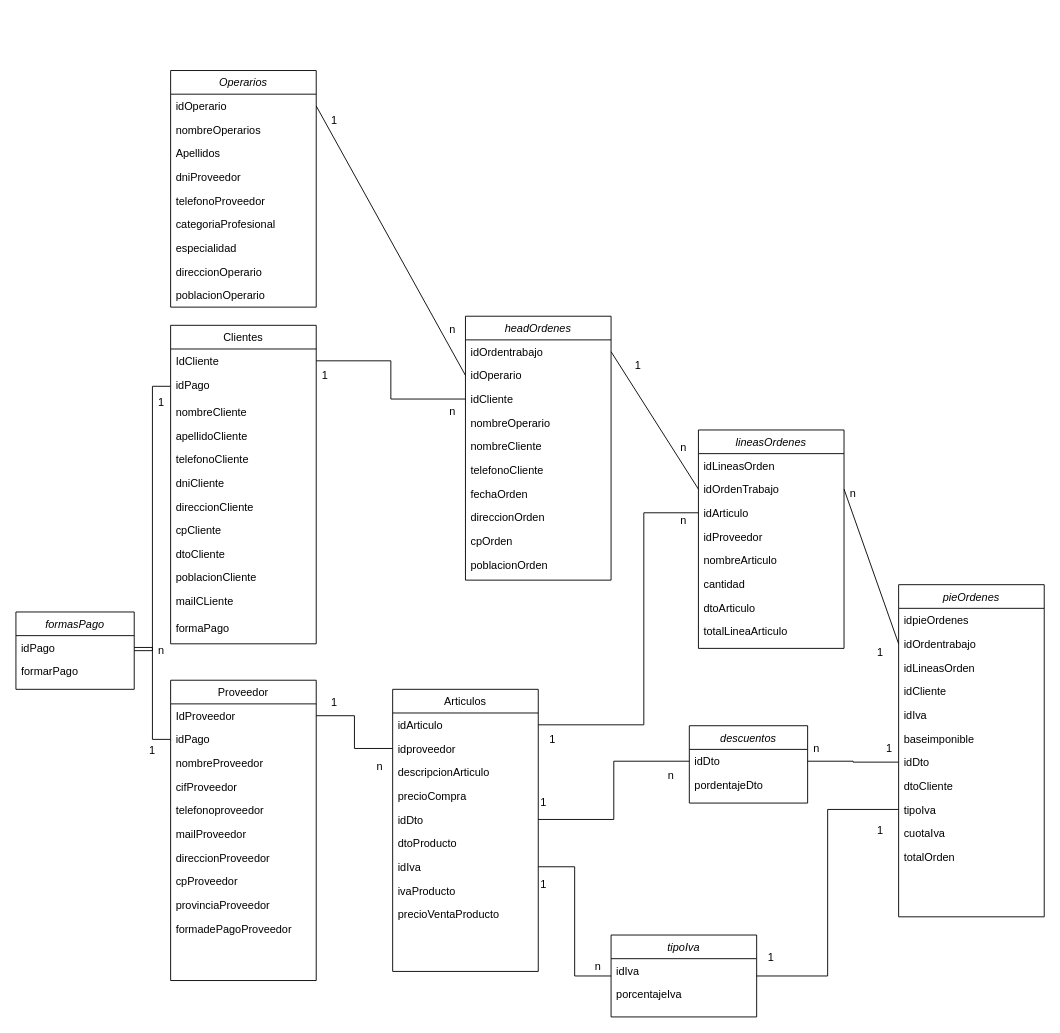
Shmarte1970/drawIO keeps this draw.io diagram as Mi_UML_INREMO.drawio. Above is the earlier version. Source tidied: cells renumbered, new cells numbered last; positions are measured from the earlier drawing's top-left corner, leaving out a move shared by most shapes. Both pictures are drawn from the tidied source at 91%, with x=0, y=0 at pixel (15, 70).
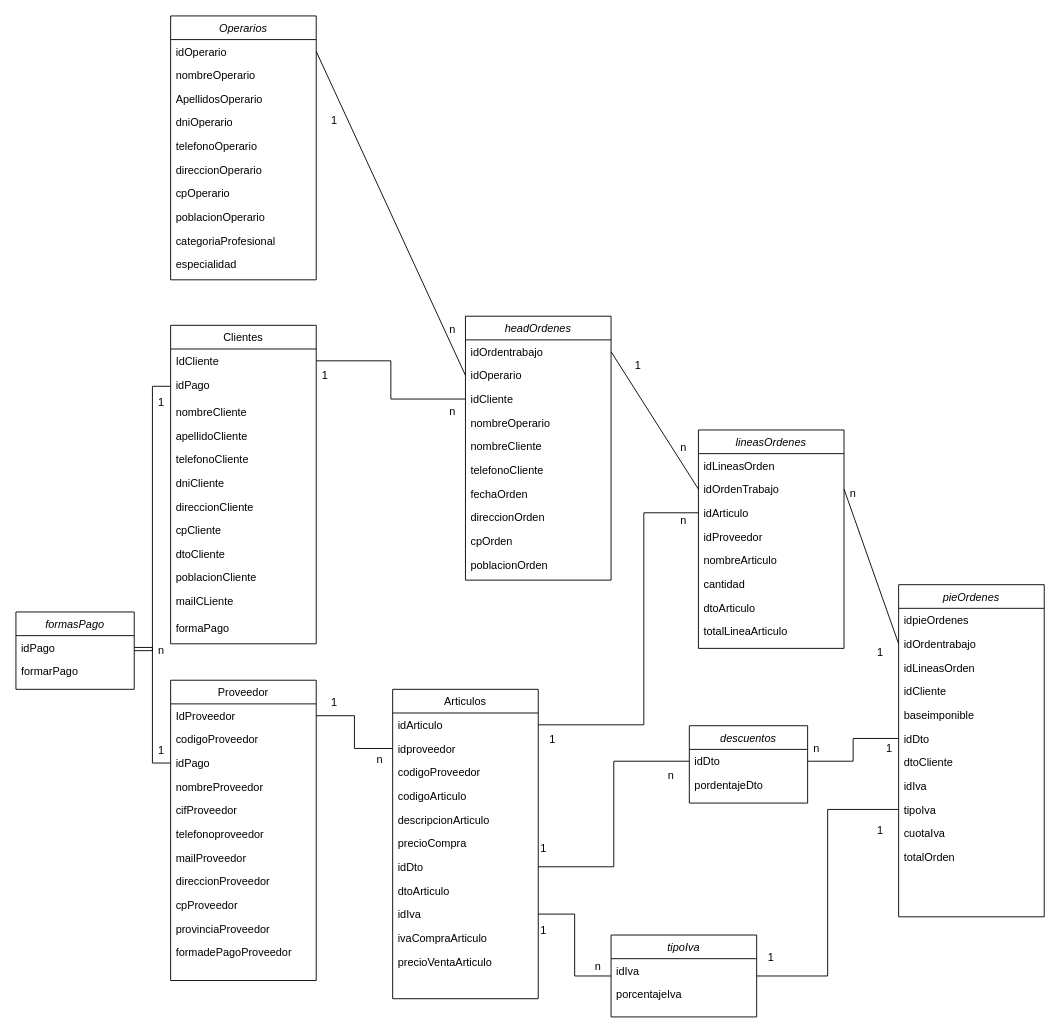
The same page after the edit.

Unchanged cells that the change refers to:
```xml
<mxCell id="12" value="Proveedor" style="swimlane;fontStyle=0;align=center;verticalAlign=top;horizontal=1;startSize=26;rounded=0;shadow=0;strokeWidth=1;" parent="1" vertex="1">
  <mxGeometry x="170" y="670" width="160" height="330" as="geometry" />
</mxCell>
<mxCell id="66" value="pieOrdenes" style="swimlane;fontStyle=2;align=center;verticalAlign=top;horizontal=1;startSize=26;rounded=0;shadow=0;strokeWidth=1;" parent="1" vertex="1">
  <mxGeometry x="970" y="565" width="160" height="365" as="geometry" />
</mxCell>
```

Diff of the diagram source:
```diff
@@
     <mxCell id="2" value="Operarios" style="swimlane;fontStyle=2;align=center;verticalAlign=top;horizontal=1;startSize=26;rounded=0;shadow=0;strokeWidth=1;" parent="1" vertex="1">
-      <mxGeometry x="170" width="160" height="260" as="geometry" />
+      <mxGeometry x="170" y="-60" width="160" height="290" as="geometry" />
     </mxCell>
@@
-    <mxCell id="4" value="nombreOperarios" style="text;align=left;verticalAlign=top;spacingLeft=4;spacingRight=4;overflow=hidden;" parent="2" vertex="1">
+    <mxCell id="4" value="nombreOperario" style="text;align=left;verticalAlign=top;spacingLeft=4;spacingRight=4;overflow=hidden;" parent="2" vertex="1">
       <mxGeometry y="52" width="160" height="26" as="geometry" />
     </mxCell>
-    <mxCell id="5" value="Apellidos&#10;" style="text;align=left;verticalAlign=top;spacingLeft=4;spacingRight=4;overflow=hidden;" parent="2" vertex="1">
+    <mxCell id="5" value="ApellidosOperario" style="text;align=left;verticalAlign=top;spacingLeft=4;spacingRight=4;overflow=hidden;" parent="2" vertex="1">
       <mxGeometry y="78" width="160" height="26" as="geometry" />
     </mxCell>
-    <mxCell id="6" value="dniProveedor" style="text;align=left;verticalAlign=top;spacingLeft=4;spacingRight=4;overflow=hidden;" parent="2" vertex="1">
+    <mxCell id="6" value="dniOperario" style="text;align=left;verticalAlign=top;spacingLeft=4;spacingRight=4;overflow=hidden;" parent="2" vertex="1">
       <mxGeometry y="104" width="160" height="26" as="geometry" />
     </mxCell>
-    <mxCell id="7" value="telefonoProveedor" style="text;align=left;verticalAlign=top;spacingLeft=4;spacingRight=4;overflow=hidden;rounded=0;shadow=0;html=0;" parent="2" vertex="1">
+    <mxCell id="7" value="telefonoOperario" style="text;align=left;verticalAlign=top;spacingLeft=4;spacingRight=4;overflow=hidden;rounded=0;shadow=0;html=0;" parent="2" vertex="1">
       <mxGeometry y="130" width="160" height="26" as="geometry" />
     </mxCell>
+    <mxCell id="10" value="direccionOperario" style="text;align=left;verticalAlign=top;spacingLeft=4;spacingRight=4;overflow=hidden;" parent="2" vertex="1">
+      <mxGeometry y="156" width="160" height="26" as="geometry" />
+    </mxCell>
+    <mxCell id="122" value="cpOperario" style="text;align=left;verticalAlign=top;spacingLeft=4;spacingRight=4;overflow=hidden;" parent="2" vertex="1">
+      <mxGeometry y="182" width="160" height="26" as="geometry" />
+    </mxCell>
+    <mxCell id="11" value="poblacionOperario" style="text;align=left;verticalAlign=top;spacingLeft=4;spacingRight=4;overflow=hidden;" parent="2" vertex="1">
+      <mxGeometry y="208" width="160" height="26" as="geometry" />
+    </mxCell>
     <mxCell id="8" value="categoriaProfesional" style="text;align=left;verticalAlign=top;spacingLeft=4;spacingRight=4;overflow=hidden;" parent="2" vertex="1">
-      <mxGeometry y="156" width="160" height="26" as="geometry" />
+      <mxGeometry y="234" width="160" height="26" as="geometry" />
     </mxCell>
     <mxCell id="9" value="especialidad" style="text;align=left;verticalAlign=top;spacingLeft=4;spacingRight=4;overflow=hidden;" parent="2" vertex="1">
-      <mxGeometry y="182" width="160" height="26" as="geometry" />
+      <mxGeometry y="260" width="160" height="26" as="geometry" />
     </mxCell>
-    <mxCell id="10" value="direccionOperario" style="text;align=left;verticalAlign=top;spacingLeft=4;spacingRight=4;overflow=hidden;" parent="2" vertex="1">
-      <mxGeometry y="208" width="160" height="26" as="geometry" />
-    </mxCell>
-    <mxCell id="11" value="poblacionOperario" style="text;align=left;verticalAlign=top;spacingLeft=4;spacingRight=4;overflow=hidden;" parent="2" vertex="1">
-      <mxGeometry y="234" width="160" height="26" as="geometry" />
-    </mxCell>
@@
+    <mxCell id="123" value="codigoProveedor" style="text;align=left;verticalAlign=top;spacingLeft=4;spacingRight=4;overflow=hidden;" parent="12" vertex="1">
+      <mxGeometry y="52" width="160" height="26" as="geometry" />
+    </mxCell>
     <mxCell id="14" value="idPago" style="text;align=left;verticalAlign=top;spacingLeft=4;spacingRight=4;overflow=hidden;points=[[0,0.5],[1,0.5]];portConstraint=eastwest;" parent="12" vertex="1">
-      <mxGeometry y="52" width="160" height="26" as="geometry" />
+      <mxGeometry y="78" width="160" height="26" as="geometry" />
     </mxCell>
     <mxCell id="15" value="nombreProveedor" style="text;align=left;verticalAlign=top;spacingLeft=4;spacingRight=4;overflow=hidden;rounded=0;shadow=0;html=0;" parent="12" vertex="1">
-      <mxGeometry y="78" width="160" height="26" as="geometry" />
+      <mxGeometry y="104" width="160" height="26" as="geometry" />
     </mxCell>
     <mxCell id="16" value="cifProveedor" style="text;align=left;verticalAlign=top;spacingLeft=4;spacingRight=4;overflow=hidden;fontStyle=0;" parent="12" vertex="1">
-      <mxGeometry y="104" width="160" height="26" as="geometry" />
+      <mxGeometry y="130" width="160" height="26" as="geometry" />
     </mxCell>
     <mxCell id="17" value="telefonoproveedor" style="text;align=left;verticalAlign=top;spacingLeft=4;spacingRight=4;overflow=hidden;" parent="12" vertex="1">
-      <mxGeometry y="130" width="160" height="26" as="geometry" />
+      <mxGeometry y="156" width="160" height="26" as="geometry" />
     </mxCell>
     <mxCell id="18" value="mailProveedor" style="text;align=left;verticalAlign=top;spacingLeft=4;spacingRight=4;overflow=hidden;" parent="12" vertex="1">
-      <mxGeometry y="156" width="160" height="26" as="geometry" />
+      <mxGeometry y="182" width="160" height="26" as="geometry" />
     </mxCell>
     <mxCell id="19" value="direccionProveedor" style="text;align=left;verticalAlign=top;spacingLeft=4;spacingRight=4;overflow=hidden;" parent="12" vertex="1">
-      <mxGeometry y="182" width="160" height="26" as="geometry" />
+      <mxGeometry y="208" width="160" height="26" as="geometry" />
     </mxCell>
     <mxCell id="20" value="cpProveedor" style="text;align=left;verticalAlign=top;spacingLeft=4;spacingRight=4;overflow=hidden;" parent="12" vertex="1">
-      <mxGeometry y="208" width="160" height="26" as="geometry" />
+      <mxGeometry y="234" width="160" height="26" as="geometry" />
     </mxCell>
     <mxCell id="21" value="provinciaProveedor" style="text;align=left;verticalAlign=top;spacingLeft=4;spacingRight=4;overflow=hidden;" parent="12" vertex="1">
-      <mxGeometry y="234" width="160" height="26" as="geometry" />
+      <mxGeometry y="260" width="160" height="26" as="geometry" />
     </mxCell>
     <mxCell id="22" value="formadePagoProveedor" style="text;align=left;verticalAlign=top;spacingLeft=4;spacingRight=4;overflow=hidden;" parent="12" vertex="1">
-      <mxGeometry y="260" width="160" height="56" as="geometry" />
+      <mxGeometry y="286" width="160" height="30" as="geometry" />
     </mxCell>
     <mxCell id="23" value="Articulos" style="swimlane;fontStyle=0;align=center;verticalAlign=top;horizontal=1;startSize=26;rounded=0;shadow=0;strokeWidth=1;" parent="1" vertex="1">
-      <mxGeometry x="414" y="680" width="160" height="310" as="geometry" />
+      <mxGeometry x="414" y="680" width="160" height="340" as="geometry" />
     </mxCell>
@@
+    <mxCell id="124" value="codigoProveedor" style="text;align=left;verticalAlign=top;spacingLeft=4;spacingRight=4;overflow=hidden;" parent="23" vertex="1">
+      <mxGeometry y="78" width="160" height="26" as="geometry" />
+    </mxCell>
+    <mxCell id="125" value="codigoArticulo" style="text;align=left;verticalAlign=top;spacingLeft=4;spacingRight=4;overflow=hidden;" parent="23" vertex="1">
+      <mxGeometry y="104" width="160" height="26" as="geometry" />
+    </mxCell>
     <mxCell id="26" value="descripcionArticulo" style="text;align=left;verticalAlign=top;spacingLeft=4;spacingRight=4;overflow=hidden;" parent="23" vertex="1">
-      <mxGeometry y="78" width="160" height="26" as="geometry" />
+      <mxGeometry y="130" width="160" height="26" as="geometry" />
     </mxCell>
     <mxCell id="27" value="precioCompra" style="text;align=left;verticalAlign=top;spacingLeft=4;spacingRight=4;overflow=hidden;" parent="23" vertex="1">
-      <mxGeometry y="104" width="160" height="26" as="geometry" />
+      <mxGeometry y="156" width="160" height="26" as="geometry" />
     </mxCell>
     <mxCell id="28" value="idDto" style="text;align=left;verticalAlign=top;spacingLeft=4;spacingRight=4;overflow=hidden;points=[[0,0.5],[1,0.5]];portConstraint=eastwest;" parent="23" vertex="1">
-      <mxGeometry y="130" width="160" height="26" as="geometry" />
+      <mxGeometry y="182" width="160" height="26" as="geometry" />
     </mxCell>
-    <mxCell id="29" value="dtoProducto" style="text;align=left;verticalAlign=top;spacingLeft=4;spacingRight=4;overflow=hidden;" parent="23" vertex="1">
-      <mxGeometry y="156" width="160" height="26" as="geometry" />
+    <mxCell id="29" value="dtoArticulo" style="text;align=left;verticalAlign=top;spacingLeft=4;spacingRight=4;overflow=hidden;" parent="23" vertex="1">
+      <mxGeometry y="208" width="160" height="26" as="geometry" />
     </mxCell>
     <mxCell id="30" value="idIva&#10;" style="text;align=left;verticalAlign=top;spacingLeft=4;spacingRight=4;overflow=hidden;points=[[0,0.5],[1,0.5]];portConstraint=eastwest;" parent="23" vertex="1">
-      <mxGeometry y="182" width="160" height="26" as="geometry" />
+      <mxGeometry y="234" width="160" height="26" as="geometry" />
     </mxCell>
-    <mxCell id="31" value="ivaProducto" style="text;align=left;verticalAlign=top;spacingLeft=4;spacingRight=4;overflow=hidden;" parent="23" vertex="1">
-      <mxGeometry y="208" width="160" height="26" as="geometry" />
+    <mxCell id="31" value="ivaCompraArticulo" style="text;align=left;verticalAlign=top;spacingLeft=4;spacingRight=4;overflow=hidden;" parent="23" vertex="1">
+      <mxGeometry y="260" width="160" height="26" as="geometry" />
     </mxCell>
-    <mxCell id="32" value="precioVentaProducto" style="text;align=left;verticalAlign=top;spacingLeft=4;spacingRight=4;overflow=hidden;" parent="23" vertex="1">
-      <mxGeometry y="234" width="160" height="26" as="geometry" />
+    <mxCell id="32" value="precioVentaArticulo" style="text;align=left;verticalAlign=top;spacingLeft=4;spacingRight=4;overflow=hidden;" parent="23" vertex="1">
+      <mxGeometry y="286" width="160" height="26" as="geometry" />
     </mxCell>
@@
-    <mxCell id="71" value="idIva" style="text;align=left;verticalAlign=top;spacingLeft=4;spacingRight=4;overflow=hidden;" parent="66" vertex="1">
-      <mxGeometry y="130" width="160" height="26" as="geometry" />
-    </mxCell>
     <mxCell id="72" value="baseimponible" style="text;align=left;verticalAlign=top;spacingLeft=4;spacingRight=4;overflow=hidden;" parent="66" vertex="1">
-      <mxGeometry y="156" width="160" height="26" as="geometry" />
+      <mxGeometry y="130" width="160" height="26" as="geometry" />
     </mxCell>
     <mxCell id="73" value="idDto&#10;" style="text;align=left;verticalAlign=top;spacingLeft=4;spacingRight=4;overflow=hidden;points=[[0,0.5],[1,0.5]];portConstraint=eastwest;" parent="66" vertex="1">
-      <mxGeometry y="182" width="160" height="26" as="geometry" />
+      <mxGeometry y="156" width="160" height="26" as="geometry" />
     </mxCell>
     <mxCell id="74" value="dtoCliente" style="text;align=left;verticalAlign=top;spacingLeft=4;spacingRight=4;overflow=hidden;rounded=0;shadow=0;html=0;" parent="66" vertex="1">
-      <mxGeometry y="208" width="160" height="26" as="geometry" />
+      <mxGeometry y="182" width="160" height="26" as="geometry" />
     </mxCell>
+    <mxCell id="71" value="idIva" style="text;align=left;verticalAlign=top;spacingLeft=4;spacingRight=4;overflow=hidden;" parent="66" vertex="1">
+      <mxGeometry y="208" width="160" height="26" as="geometry" />
+    </mxCell>
@@
     <mxCell id="100" value="n" style="text;html=1;strokeColor=none;fillColor=none;align=center;verticalAlign=middle;whiteSpace=wrap;rounded=0;" parent="1" vertex="1">
-      <mxGeometry x="370" y="750" width="60" height="30" as="geometry" />
+      <mxGeometry x="370" y="742" width="60" height="30" as="geometry" />
     </mxCell>
     <mxCell id="101" value="1" style="text;html=1;strokeColor=none;fillColor=none;align=center;verticalAlign=middle;whiteSpace=wrap;rounded=0;" parent="1" vertex="1">
-      <mxGeometry x="550" y="880" width="60" height="30" as="geometry" />
+      <mxGeometry x="550" y="930" width="60" height="30" as="geometry" />
     </mxCell>
@@
     <mxCell id="106" value="1" style="text;html=1;strokeColor=none;fillColor=none;align=center;verticalAlign=middle;whiteSpace=wrap;rounded=0;" parent="1" vertex="1">
-      <mxGeometry x="550" y="790" width="60" height="30" as="geometry" />
+      <mxGeometry x="550" y="840" width="60" height="30" as="geometry" />
     </mxCell>
@@
     <mxCell id="119" value="1" style="text;html=1;strokeColor=none;fillColor=none;align=center;verticalAlign=middle;whiteSpace=wrap;rounded=0;" parent="1" vertex="1">
-      <mxGeometry x="120" y="732.5" width="60" height="30" as="geometry" />
+      <mxGeometry x="130" y="732.5" width="60" height="30" as="geometry" />
     </mxCell>
```
